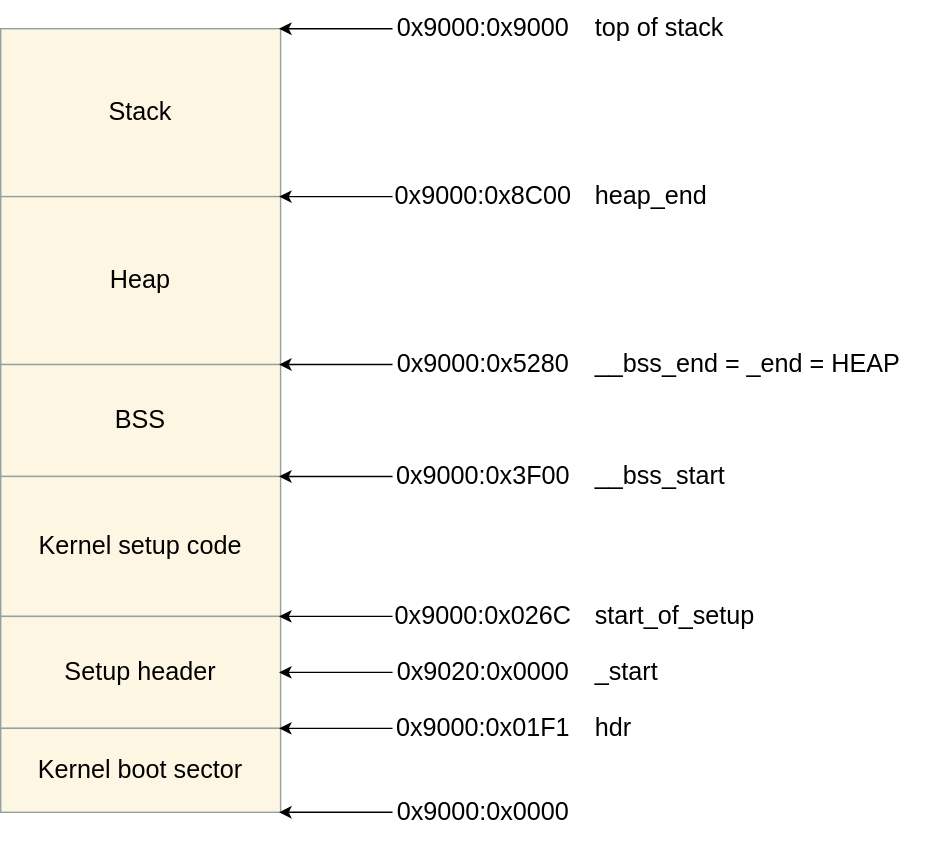
Earlier version of the draw.io export Booting/images/early-heap.svg (0xAX/linux-insides). Source tidied: cells renumbered, new cells last; positions are measured from the earlier drawing's top-left corner, leaving out a move shared by most shapes.
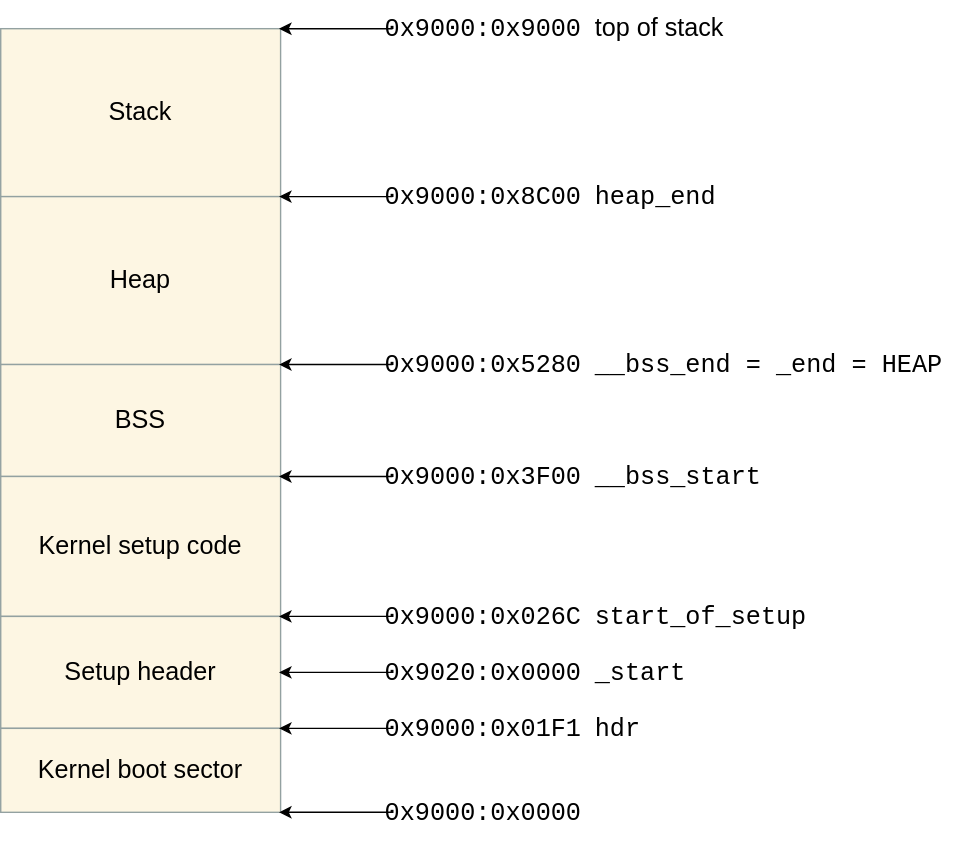
The same file after the commit.

What changed in the source:
```diff
@@ -26,7 +26,7 @@
         <mxPoint x="200" y="15" as="targetPoint" />
       </mxGeometry>
     </mxCell>
-    <mxCell id="9" value="0x9000:0x9000" style="text;html=1;align=center;verticalAlign=middle;whiteSpace=wrap;rounded=0;fontSize=18;fontFamily=Helvetica;fontColor=#000000;" parent="1" vertex="1">
+    <mxCell id="9" value="0x9000:0x9000" style="text;html=1;align=center;verticalAlign=middle;whiteSpace=wrap;rounded=0;fontSize=18;fontFamily=monospace;fontColor=#000000;" parent="1" vertex="1">
       <mxGeometry x="280" width="130" height="30" as="geometry" />
     </mxCell>
     <mxCell id="10" value="top of stack" style="text;html=1;align=left;verticalAlign=middle;whiteSpace=nowrap;rounded=0;fontSize=18;fontFamily=Helvetica;fontColor=#000000;" parent="1" vertex="1">
@@ -38,10 +38,10 @@
         <mxPoint x="200" y="135" as="targetPoint" />
       </mxGeometry>
     </mxCell>
-    <mxCell id="12" value="0x9000:0x8C00" style="text;html=1;align=center;verticalAlign=middle;whiteSpace=wrap;rounded=0;fontSize=18;fontFamily=Helvetica;fontColor=#000000;" parent="1" vertex="1">
+    <mxCell id="12" value="0x9000:0x8C00" style="text;html=1;align=center;verticalAlign=middle;whiteSpace=wrap;rounded=0;fontSize=18;fontFamily=monospace;fontColor=#000000;" parent="1" vertex="1">
       <mxGeometry x="280" y="120" width="130" height="30" as="geometry" />
     </mxCell>
-    <mxCell id="13" value="heap_end" style="text;html=1;align=left;verticalAlign=middle;whiteSpace=nowrap;rounded=0;fontSize=18;fontFamily=Helvetica;fontColor=#000000;" parent="1" vertex="1">
+    <mxCell id="13" value="heap_end" style="text;html=1;align=left;verticalAlign=middle;whiteSpace=nowrap;rounded=0;fontSize=18;fontFamily=monospace;fontColor=#000000;" parent="1" vertex="1">
       <mxGeometry x="425" y="120" width="251" height="30" as="geometry" />
     </mxCell>
     <mxCell id="14" style="edgeStyle=orthogonalEdgeStyle;rounded=0;orthogonalLoop=1;html=1;" parent="1" edge="1">
@@ -50,10 +50,10 @@
         <mxPoint x="200" y="255" as="targetPoint" />
       </mxGeometry>
     </mxCell>
-    <mxCell id="15" value="0x9000:0x5280" style="text;html=1;align=center;verticalAlign=middle;whiteSpace=wrap;rounded=0;fontSize=18;fontFamily=Helvetica;fontColor=#000000;" parent="1" vertex="1">
+    <mxCell id="15" value="0x9000:0x5280" style="text;html=1;align=center;verticalAlign=middle;whiteSpace=wrap;rounded=0;fontSize=18;fontFamily=monospace;fontColor=#000000;" parent="1" vertex="1">
       <mxGeometry x="280" y="240" width="130" height="30" as="geometry" />
     </mxCell>
-    <mxCell id="16" value="__bss_end = _end = HEAP" style="text;html=1;align=left;verticalAlign=middle;whiteSpace=nowrap;rounded=0;fontSize=18;fontFamily=Helvetica;fontColor=#000000;" parent="1" vertex="1">
+    <mxCell id="16" value="__bss_end = _end = HEAP" style="text;html=1;align=left;verticalAlign=middle;whiteSpace=nowrap;rounded=0;fontSize=18;fontFamily=monospace;fontColor=#000000;" parent="1" vertex="1">
       <mxGeometry x="425" y="240" width="251" height="30" as="geometry" />
     </mxCell>
     <mxCell id="17" style="edgeStyle=orthogonalEdgeStyle;rounded=0;orthogonalLoop=1;html=1;" parent="1" edge="1">
@@ -62,10 +62,10 @@
         <mxPoint x="200" y="335" as="targetPoint" />
       </mxGeometry>
     </mxCell>
-    <mxCell id="18" value="0x9000:0x3F00" style="text;html=1;align=center;verticalAlign=middle;whiteSpace=wrap;rounded=0;fontSize=18;fontFamily=Helvetica;fontColor=#000000;" parent="1" vertex="1">
+    <mxCell id="18" value="0x9000:0x3F00" style="text;html=1;align=center;verticalAlign=middle;whiteSpace=wrap;rounded=0;fontSize=18;fontFamily=monospace;fontColor=#000000;" parent="1" vertex="1">
       <mxGeometry x="280" y="320" width="130" height="30" as="geometry" />
     </mxCell>
-    <mxCell id="19" value="__bss_start" style="text;html=1;align=left;verticalAlign=middle;whiteSpace=nowrap;rounded=0;fontSize=18;fontFamily=Helvetica;fontColor=#000000;" parent="1" vertex="1">
+    <mxCell id="19" value="__bss_start" style="text;html=1;align=left;verticalAlign=middle;whiteSpace=nowrap;rounded=0;fontSize=18;fontFamily=monospace;fontColor=#000000;" parent="1" vertex="1">
       <mxGeometry x="425" y="320" width="251" height="30" as="geometry" />
     </mxCell>
     <mxCell id="20" style="edgeStyle=orthogonalEdgeStyle;rounded=0;orthogonalLoop=1;html=1;" parent="1" edge="1">
@@ -74,10 +74,10 @@
         <mxPoint x="200" y="435" as="targetPoint" />
       </mxGeometry>
     </mxCell>
-    <mxCell id="21" value="0x9000:0x026C" style="text;html=1;align=center;verticalAlign=middle;whiteSpace=wrap;rounded=0;fontSize=18;fontFamily=Helvetica;fontColor=#000000;" parent="1" vertex="1">
+    <mxCell id="21" value="0x9000:0x026C" style="text;html=1;align=center;verticalAlign=middle;whiteSpace=wrap;rounded=0;fontSize=18;fontFamily=monospace;fontColor=#000000;" parent="1" vertex="1">
       <mxGeometry x="280" y="420" width="130" height="30" as="geometry" />
     </mxCell>
-    <mxCell id="22" value="start_of_setup" style="text;html=1;align=left;verticalAlign=middle;whiteSpace=nowrap;rounded=0;fontSize=18;fontFamily=Helvetica;fontColor=#000000;" parent="1" vertex="1">
+    <mxCell id="22" value="start_of_setup" style="text;html=1;align=left;verticalAlign=middle;whiteSpace=nowrap;rounded=0;fontSize=18;fontFamily=monospace;fontColor=#000000;" parent="1" vertex="1">
       <mxGeometry x="425" y="420" width="251" height="30" as="geometry" />
     </mxCell>
     <mxCell id="23" style="edgeStyle=orthogonalEdgeStyle;rounded=0;orthogonalLoop=1;html=1;" parent="1" edge="1">
@@ -86,10 +86,10 @@
         <mxPoint x="200" y="475" as="targetPoint" />
       </mxGeometry>
     </mxCell>
-    <mxCell id="24" value="0x9020:0x0000" style="text;html=1;align=center;verticalAlign=middle;whiteSpace=wrap;rounded=0;fontSize=18;fontFamily=Helvetica;fontColor=#000000;" parent="1" vertex="1">
+    <mxCell id="24" value="0x9020:0x0000" style="text;html=1;align=center;verticalAlign=middle;whiteSpace=wrap;rounded=0;fontSize=18;fontFamily=monospace;fontColor=#000000;" parent="1" vertex="1">
       <mxGeometry x="280" y="460" width="130" height="30" as="geometry" />
     </mxCell>
-    <mxCell id="25" value="_start" style="text;html=1;align=left;verticalAlign=middle;whiteSpace=nowrap;rounded=0;fontSize=18;fontFamily=Helvetica;fontColor=#000000;" parent="1" vertex="1">
+    <mxCell id="25" value="_start" style="text;html=1;align=left;verticalAlign=middle;whiteSpace=nowrap;rounded=0;fontSize=18;fontFamily=monospace;fontColor=#000000;" parent="1" vertex="1">
       <mxGeometry x="425" y="460" width="251" height="30" as="geometry" />
     </mxCell>
     <mxCell id="26" style="edgeStyle=orthogonalEdgeStyle;rounded=0;orthogonalLoop=1;html=1;" parent="1" edge="1">
@@ -98,10 +98,10 @@
         <mxPoint x="200" y="515" as="targetPoint" />
       </mxGeometry>
     </mxCell>
-    <mxCell id="27" value="0x9000:0x01F1" style="text;html=1;align=center;verticalAlign=middle;whiteSpace=wrap;rounded=0;fontSize=18;fontFamily=Helvetica;fontColor=#000000;" parent="1" vertex="1">
+    <mxCell id="27" value="0x9000:0x01F1" style="text;html=1;align=center;verticalAlign=middle;whiteSpace=wrap;rounded=0;fontSize=18;fontFamily=monospace;fontColor=#000000;" parent="1" vertex="1">
       <mxGeometry x="280" y="500" width="130" height="30" as="geometry" />
     </mxCell>
-    <mxCell id="28" value="hdr" style="text;html=1;align=left;verticalAlign=middle;whiteSpace=nowrap;rounded=0;fontSize=18;fontFamily=Helvetica;fontColor=#000000;" parent="1" vertex="1">
+    <mxCell id="28" value="hdr" style="text;html=1;align=left;verticalAlign=middle;whiteSpace=nowrap;rounded=0;fontSize=18;fontFamily=monospace;fontColor=#000000;" parent="1" vertex="1">
       <mxGeometry x="425" y="500" width="251" height="30" as="geometry" />
     </mxCell>
     <mxCell id="29" style="edgeStyle=orthogonalEdgeStyle;rounded=0;orthogonalLoop=1;html=1;" parent="1" edge="1">
@@ -110,7 +110,7 @@
         <mxPoint x="200" y="575" as="targetPoint" />
       </mxGeometry>
     </mxCell>
-    <mxCell id="30" value="0x9000:0x0000" style="text;html=1;align=center;verticalAlign=middle;whiteSpace=wrap;rounded=0;fontSize=18;fontFamily=Helvetica;fontColor=#000000;" parent="1" vertex="1">
+    <mxCell id="30" value="0x9000:0x0000" style="text;html=1;align=center;verticalAlign=middle;whiteSpace=wrap;rounded=0;fontSize=18;fontFamily=monospace;fontColor=#000000;" parent="1" vertex="1">
       <mxGeometry x="280" y="560" width="130" height="30" as="geometry" />
     </mxCell>
   </root>
```
